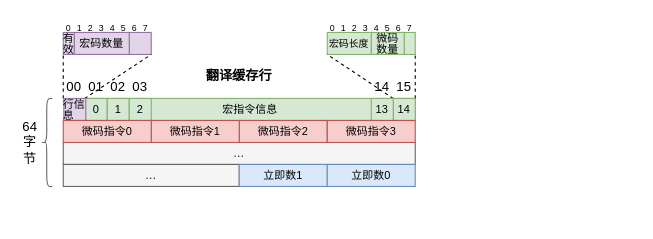
The draw.io diagram image/tcache_line.drawio in jensen-yan/yanyue_essay, before the edit. Source tidied: cells renumbered, new cells numbered last; positions are measured from the earlier drawing's top-left corner, leaving out a move shared by most shapes. Both pictures are drawn from the tidied source at 110%, with x=0, y=0 at pixel (19, 21).
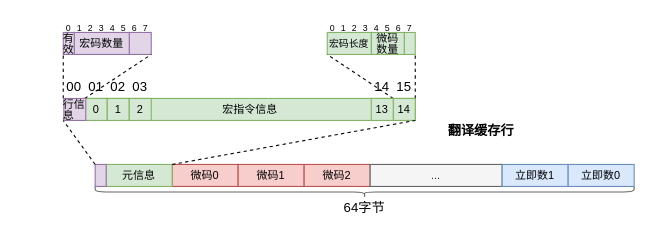
The same diagram, later.

Commit message (it also covers changes not shown here):
修改了微码缓存和翻译缓存行的图，更加统一

Unchanged cells that the change refers to:
```xml
<mxCell id="38" value="&lt;font style=&quot;font-size: 10px;&quot;&gt;14&lt;/font&gt;" style="rounded=0;whiteSpace=wrap;html=1;fontFamily=mono;fillColor=#d5e8d4;strokeColor=#82b366;" parent="1" vertex="1">
  <mxGeometry x="340" y="70" width="20" height="20" as="geometry" />
</mxCell>
```

Change to the diagram source:
```diff
@@
-    <mxCell id="3" value="..." style="rounded=0;whiteSpace=wrap;html=1;fontFamily=mono;fillColor=#f5f5f5;fontColor=#333333;strokeColor=#666666;" parent="1" vertex="1">
-      <mxGeometry x="40" y="110" width="320" height="20" as="geometry" />
-    </mxCell>
@@
-    <mxCell id="7" style="shape=curlyBracket;whiteSpace=wrap;html=1;rounded=1;labelPosition=left;verticalLabelPosition=middle;align=right;verticalAlign=middle;fillColor=#f5f5f5;fontColor=#333333;strokeColor=#666666;" parent="1" vertex="1">
-      <mxGeometry x="20" y="70" width="10" height="80" as="geometry" />
+    <mxCell id="7" style="shape=curlyBracket;whiteSpace=wrap;html=1;rounded=1;labelPosition=left;verticalLabelPosition=middle;align=right;verticalAlign=middle;fillColor=#f5f5f5;fontColor=#333333;strokeColor=#666666;direction=north;" parent="1" vertex="1">
+      <mxGeometry x="69" y="150" width="490" height="10" as="geometry" />
     </mxCell>
     <mxCell id="8" value="64字节" style="text;html=1;strokeColor=none;fillColor=none;align=center;verticalAlign=middle;whiteSpace=wrap;rounded=0;" parent="1" vertex="1">
-      <mxGeometry y="100" width="20" height="20" as="geometry" />
+      <mxGeometry x="284" y="160" width="60" height="20" as="geometry" />
     </mxCell>
     <mxCell id="9" value="&lt;b&gt;翻译缓存行&lt;/b&gt;" style="text;html=1;strokeColor=none;fillColor=none;align=center;verticalAlign=middle;whiteSpace=wrap;rounded=0;" parent="1" vertex="1">
-      <mxGeometry x="160" y="40" width="80" height="20" as="geometry" />
+      <mxGeometry x="380" y="90" width="80" height="20" as="geometry" />
     </mxCell>
@@
-    <mxCell id="24" value="&lt;font style=&quot;font-size: 10px;&quot; face=&quot;Helvetica&quot;&gt;微码指令2&lt;/font&gt;" style="rounded=0;whiteSpace=wrap;html=1;fontFamily=mono;fillColor=#f8cecc;strokeColor=#b85450;gradientColor=none;gradientDirection=west;" parent="1" vertex="1">
-      <mxGeometry x="200" y="90" width="80" height="20" as="geometry" />
-    </mxCell>
-    <mxCell id="25" value="&lt;font style=&quot;font-size: 10px;&quot; face=&quot;Helvetica&quot;&gt;微码指令1&lt;/font&gt;" style="rounded=0;whiteSpace=wrap;html=1;fontFamily=mono;fillColor=#f8cecc;strokeColor=#b85450;gradientColor=none;gradientDirection=west;" parent="1" vertex="1">
-      <mxGeometry x="120" y="90" width="80" height="20" as="geometry" />
-    </mxCell>
-    <mxCell id="26" value="..." style="rounded=0;whiteSpace=wrap;html=1;fontFamily=mono;fillColor=#f5f5f5;strokeColor=#666666;gradientDirection=west;fontColor=#333333;" parent="1" vertex="1">
-      <mxGeometry x="40" y="130" width="160" height="20" as="geometry" />
-    </mxCell>
-    <mxCell id="27" value="&lt;font style=&quot;font-size: 10px;&quot; face=&quot;Helvetica&quot;&gt;立即数1&lt;/font&gt;" style="rounded=0;whiteSpace=wrap;html=1;fontFamily=mono;fillColor=#dae8fc;strokeColor=#6c8ebf;gradientDirection=west;" parent="1" vertex="1">
-      <mxGeometry x="200" y="130" width="80" height="20" as="geometry" />
-    </mxCell>
-    <mxCell id="28" value="&lt;font style=&quot;font-size: 10px;&quot; face=&quot;Helvetica&quot;&gt;立即数0&lt;/font&gt;" style="rounded=0;whiteSpace=wrap;html=1;fontFamily=mono;fillColor=#dae8fc;strokeColor=#6c8ebf;gradientDirection=west;" parent="1" vertex="1">
-      <mxGeometry x="280" y="130" width="80" height="20" as="geometry" />
-    </mxCell>
@@
-    <mxCell id="40" value="&lt;font style=&quot;font-size: 10px;&quot; face=&quot;Helvetica&quot;&gt;微码指令3&lt;/font&gt;" style="rounded=0;whiteSpace=wrap;html=1;fontFamily=mono;fillColor=#f8cecc;strokeColor=#b85450;gradientColor=none;gradientDirection=west;" parent="1" vertex="1">
-      <mxGeometry x="280" y="90" width="80" height="20" as="geometry" />
-    </mxCell>
@@
-    <mxCell id="56" value="&lt;font style=&quot;font-size: 10px;&quot; face=&quot;Helvetica&quot;&gt;微码指令0&lt;/font&gt;" style="rounded=0;whiteSpace=wrap;html=1;fontFamily=mono;fillColor=#f8cecc;strokeColor=#b85450;gradientColor=none;gradientDirection=west;" parent="1" vertex="1">
-      <mxGeometry x="40" y="90" width="80" height="20" as="geometry" />
-    </mxCell>
+    <mxCell id="57" value="&lt;font style=&quot;font-size: 10px;&quot; face=&quot;Helvetica&quot;&gt;微码0&lt;/font&gt;" style="rounded=0;whiteSpace=wrap;html=1;fontFamily=mono;fillColor=#f8cecc;strokeColor=#b85450;gradientColor=none;gradientDirection=west;" parent="1" vertex="1">
+      <mxGeometry x="139" y="130" width="60" height="20" as="geometry" />
+    </mxCell>
+    <mxCell id="58" value="&lt;font face=&quot;Helvetica&quot;&gt;&lt;span style=&quot;font-size: 10px;&quot;&gt;微码1&lt;/span&gt;&lt;/font&gt;" style="rounded=0;whiteSpace=wrap;html=1;fontFamily=mono;fillColor=#f8cecc;strokeColor=#b85450;gradientColor=none;gradientDirection=west;" parent="1" vertex="1">
+      <mxGeometry x="199" y="130" width="60" height="20" as="geometry" />
+    </mxCell>
+    <mxCell id="59" value="&lt;font style=&quot;font-size: 10px;&quot; face=&quot;Helvetica&quot;&gt;微码2&lt;/font&gt;" style="rounded=0;whiteSpace=wrap;html=1;fontFamily=mono;fillColor=#f8cecc;strokeColor=#b85450;gradientColor=none;gradientDirection=west;" parent="1" vertex="1">
+      <mxGeometry x="259" y="130" width="60" height="20" as="geometry" />
+    </mxCell>
+    <mxCell id="60" value="&lt;font face=&quot;Helvetica&quot;&gt;&lt;span style=&quot;font-size: 10px;&quot;&gt;...&lt;/span&gt;&lt;/font&gt;" style="rounded=0;whiteSpace=wrap;html=1;fontFamily=mono;fillColor=#f5f5f5;strokeColor=#666666;gradientDirection=west;fontColor=#333333;" parent="1" vertex="1">
+      <mxGeometry x="319" y="130" width="120" height="20" as="geometry" />
+    </mxCell>
+    <mxCell id="27" value="&lt;font style=&quot;font-size: 10px;&quot; face=&quot;Helvetica&quot;&gt;立即数1&lt;/font&gt;" style="rounded=0;whiteSpace=wrap;html=1;fontFamily=mono;fillColor=#dae8fc;strokeColor=#6c8ebf;gradientDirection=west;" parent="1" vertex="1">
+      <mxGeometry x="439" y="130" width="60" height="20" as="geometry" />
+    </mxCell>
+    <mxCell id="28" value="&lt;font style=&quot;font-size: 10px;&quot; face=&quot;Helvetica&quot;&gt;立即数0&lt;/font&gt;" style="rounded=0;whiteSpace=wrap;html=1;fontFamily=mono;fillColor=#dae8fc;strokeColor=#6c8ebf;gradientDirection=west;" parent="1" vertex="1">
+      <mxGeometry x="499" y="130" width="60" height="20" as="geometry" />
+    </mxCell>
+    <mxCell id="61" value="&lt;font face=&quot;Helvetica&quot;&gt;&lt;span style=&quot;font-size: 10px;&quot;&gt;元信息&lt;/span&gt;&lt;/font&gt;" style="rounded=0;whiteSpace=wrap;html=1;fontFamily=mono;fillColor=#d5e8d4;strokeColor=#82b366;gradientDirection=west;" parent="1" vertex="1">
+      <mxGeometry x="79" y="130" width="60" height="20" as="geometry" />
+    </mxCell>
+    <mxCell id="62" style="rounded=0;whiteSpace=wrap;html=1;fontFamily=mono;fillColor=#e1d5e7;strokeColor=#9673a6;gradientDirection=west;" parent="1" vertex="1">
+      <mxGeometry x="69" y="130" width="10" height="20" as="geometry" />
+    </mxCell>
+    <mxCell id="63" style="endArrow=none;dashed=1;html=1;fontFamily=Helvetica;fontSize=10;exitX=0;exitY=0;exitDx=0;exitDy=0;" parent="1" edge="1" source="62">
+      <mxGeometry relative="1" as="geometry">
+        <mxPoint x="40" y="90" as="targetPoint" />
+      </mxGeometry>
+    </mxCell>
+    <mxCell id="64" style="endArrow=none;dashed=1;html=1;fontFamily=Helvetica;fontSize=10;entryX=1;entryY=1;entryDx=0;entryDy=0;exitX=0;exitY=0;exitDx=0;exitDy=0;" parent="1" edge="1" source="57" target="38">
+      <mxGeometry relative="1" as="geometry" />
+    </mxCell>
```
